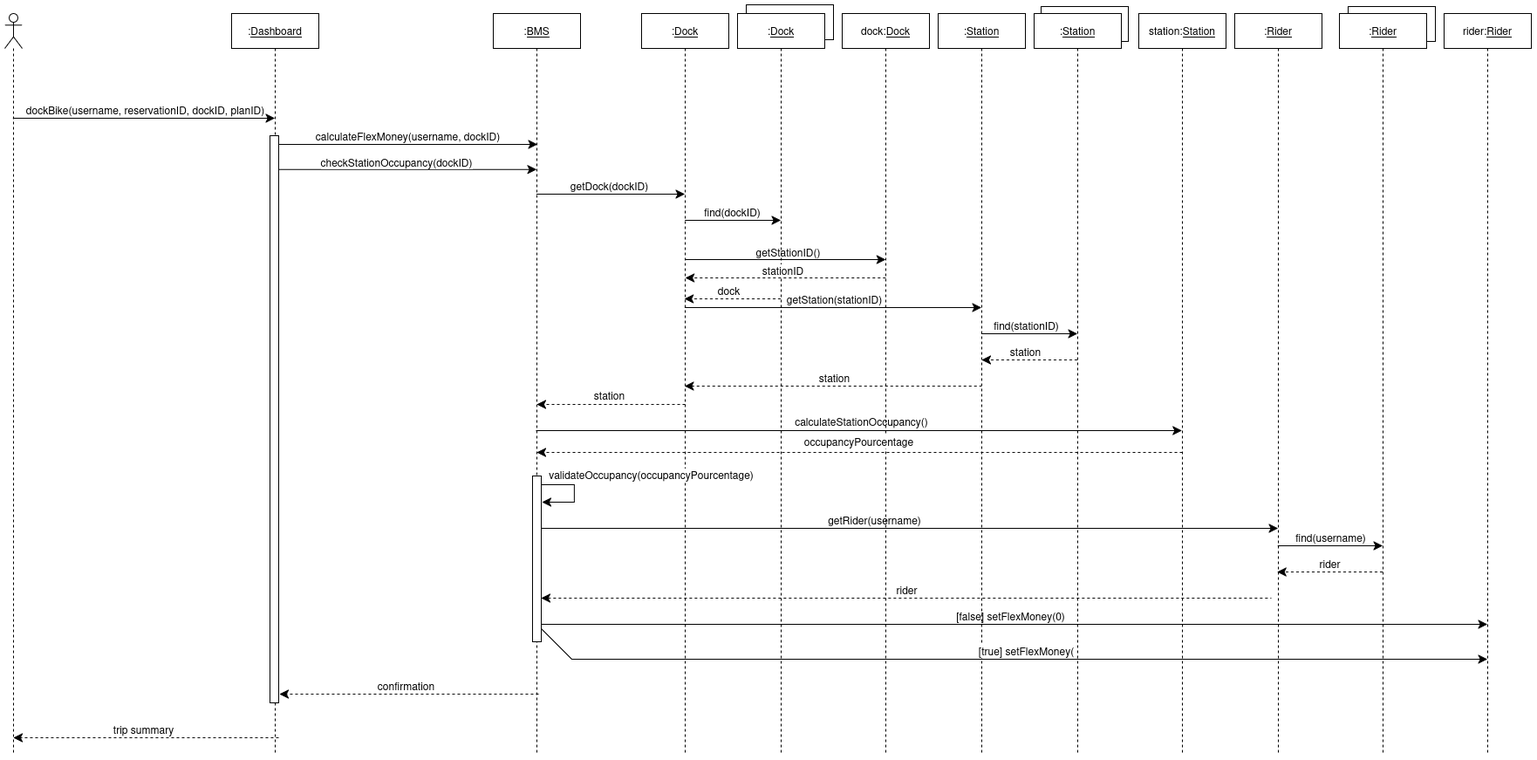
Before: docs/Phase_4/Balancing-Price_Sequence_Diagram.png, a diagram exported from draw.io (HugoMoslener/SOEN343). Source tidied: cells renumbered, new cells last; positions are measured from the earlier drawing's top-left corner, leaving out a move shared by most shapes. The source it was exported from:
```xml
<mxGraphModel>
  <root>
    <mxCell id="0" />
    <mxCell id="1" parent="0" />
    <mxCell id="2" value="Object" style="html=1;whiteSpace=wrap;" parent="1" vertex="1">
      <mxGeometry x="1540" y="2" width="100" height="40" as="geometry" />
    </mxCell>
    <mxCell id="3" value="Object" style="html=1;whiteSpace=wrap;" parent="1" vertex="1">
      <mxGeometry x="1188" y="2" width="100" height="40" as="geometry" />
    </mxCell>
    <mxCell id="4" value="Object" style="html=1;whiteSpace=wrap;" parent="1" vertex="1">
      <mxGeometry x="850" width="100" height="40" as="geometry" />
    </mxCell>
    <mxCell id="5" style="edgeStyle=none;curved=0;rounded=0;jettySize=auto;html=1;fontSize=12;startSize=8;endSize=8;" parent="1" edge="1" target="10">
      <mxGeometry relative="1" as="geometry">
        <mxPoint x="9.3" y="130" as="sourcePoint" />
      </mxGeometry>
    </mxCell>
    <mxCell id="6" value="dockBike(username, reservationID, dockID, planID)" style="edgeLabel;html=1;align=center;verticalAlign=middle;fontSize=12;" parent="5" vertex="1">
      <mxGeometry x="-0.07" y="-2" relative="1" as="geometry">
        <mxPoint x="11" y="-12" as="offset" />
      </mxGeometry>
    </mxCell>
    <mxCell id="7" style="shape=umlLifeline;perimeter=lifelinePerimeter;whiteSpace=wrap;html=1;newEdgeStyle={&quot;curved&quot;:0,&quot;rounded&quot;:0};participant=umlActor;" parent="1" vertex="1">
      <mxGeometry y="10" width="20" height="850" as="geometry" />
    </mxCell>
    <mxCell id="8" style="edgeStyle=none;curved=0;rounded=0;orthogonalLoop=1;jettySize=auto;html=1;fontSize=12;startSize=8;endSize=8;dashed=1;" parent="1" edge="1">
      <mxGeometry relative="1" as="geometry">
        <mxPoint x="314" y="840" as="sourcePoint" />
        <mxPoint x="10" y="840" as="targetPoint" />
      </mxGeometry>
    </mxCell>
    <mxCell id="9" value="trip summary" style="edgeLabel;html=1;align=center;verticalAlign=middle;fontSize=12;" parent="8" vertex="1">
      <mxGeometry x="0.02" relative="1" as="geometry">
        <mxPoint y="-10" as="offset" />
      </mxGeometry>
    </mxCell>
    <mxCell id="10" value=":&lt;u&gt;Dashboard&lt;/u&gt;" style="shape=umlLifeline;perimeter=lifelinePerimeter;whiteSpace=wrap;html=1;outlineConnect=0;portConstraint=eastwest;newEdgeStyle={&quot;curved&quot;:0,&quot;rounded&quot;:0};" parent="1" vertex="1">
      <mxGeometry x="260" y="10" width="100" height="850" as="geometry" />
    </mxCell>
    <mxCell id="11" style="edgeStyle=none;curved=0;rounded=0;jettySize=auto;html=1;fontSize=12;startSize=8;endSize=8;" parent="1" edge="1" target="25">
      <mxGeometry relative="1" as="geometry">
        <mxPoint x="304" y="188.8" as="sourcePoint" />
      </mxGeometry>
    </mxCell>
    <mxCell id="12" value="checkStationOccupancy(dockID)" style="edgeLabel;html=1;align=center;verticalAlign=middle;fontSize=12;" parent="11" vertex="1">
      <mxGeometry x="-0.05" y="-2" relative="1" as="geometry">
        <mxPoint y="-11" as="offset" />
      </mxGeometry>
    </mxCell>
    <mxCell id="13" style="edgeStyle=none;curved=0;rounded=0;orthogonalLoop=1;jettySize=auto;html=1;fontSize=12;startSize=8;endSize=8;" parent="1" edge="1">
      <mxGeometry relative="1" as="geometry">
        <mxPoint x="609.5" y="217" as="sourcePoint" />
        <mxPoint x="779.5" y="217" as="targetPoint" />
      </mxGeometry>
    </mxCell>
    <mxCell id="14" value="getDock(dockID)" style="edgeLabel;html=1;align=center;verticalAlign=middle;fontSize=12;" parent="13" vertex="1">
      <mxGeometry x="-0.02" y="1" relative="1" as="geometry">
        <mxPoint y="-9" as="offset" />
      </mxGeometry>
    </mxCell>
    <mxCell id="15" style="edgeStyle=none;curved=0;rounded=0;orthogonalLoop=1;jettySize=auto;html=1;fontSize=12;startSize=8;endSize=8;" parent="1" edge="1">
      <mxGeometry relative="1" as="geometry">
        <mxPoint x="609" y="488" as="sourcePoint" />
        <mxPoint x="1349.2" y="488" as="targetPoint" />
      </mxGeometry>
    </mxCell>
    <mxCell id="16" value="calculateStationOccupancy()" style="edgeLabel;html=1;align=center;verticalAlign=middle;fontSize=12;" parent="15" vertex="1">
      <mxGeometry y="-1" relative="1" as="geometry">
        <mxPoint y="-12" as="offset" />
      </mxGeometry>
    </mxCell>
    <mxCell id="17" style="edgeStyle=none;curved=0;rounded=0;jettySize=auto;html=1;fontSize=12;startSize=8;endSize=8;" parent="1" edge="1" source="25" target="57">
      <mxGeometry relative="1" as="geometry">
        <Array as="points">
          <mxPoint x="1380" y="600" />
        </Array>
      </mxGeometry>
    </mxCell>
    <mxCell id="18" value="getRider(username)" style="edgeLabel;html=1;align=center;verticalAlign=middle;fontSize=12;" parent="17" vertex="1">
      <mxGeometry x="-0.09" y="-3" relative="1" as="geometry">
        <mxPoint y="-13" as="offset" />
      </mxGeometry>
    </mxCell>
    <mxCell id="19" style="edgeStyle=none;curved=0;rounded=0;orthogonalLoop=1;jettySize=auto;html=1;fontSize=12;startSize=8;endSize=8;startArrow=classic;startFill=1;endArrow=none;endFill=0;dashed=1;" parent="1" edge="1">
      <mxGeometry relative="1" as="geometry">
        <mxPoint x="615" y="680" as="sourcePoint" />
        <mxPoint x="1452" y="680" as="targetPoint" />
      </mxGeometry>
    </mxCell>
    <mxCell id="20" value="rider" style="edgeLabel;html=1;align=center;verticalAlign=middle;fontSize=12;" parent="19" vertex="1">
      <mxGeometry relative="1" as="geometry">
        <mxPoint y="-10" as="offset" />
      </mxGeometry>
    </mxCell>
    <mxCell id="21" style="edgeStyle=none;curved=0;rounded=0;orthogonalLoop=1;jettySize=auto;html=1;fontSize=12;startSize=8;endSize=8;" parent="1" edge="1">
      <mxGeometry relative="1" as="geometry">
        <mxPoint x="609.2" y="710" as="sourcePoint" />
        <mxPoint x="1699.5" y="710" as="targetPoint" />
      </mxGeometry>
    </mxCell>
    <mxCell id="22" value="[false] setFlexMoney(0)" style="edgeLabel;html=1;align=center;verticalAlign=middle;fontSize=12;" parent="21" vertex="1">
      <mxGeometry x="-0.01" y="-2" relative="1" as="geometry">
        <mxPoint y="-12" as="offset" />
      </mxGeometry>
    </mxCell>
    <mxCell id="23" style="edgeStyle=none;curved=0;rounded=0;orthogonalLoop=1;jettySize=auto;html=1;fontSize=12;startSize=8;endSize=8;dashed=1;" parent="1" edge="1">
      <mxGeometry relative="1" as="geometry">
        <mxPoint x="612" y="790" as="sourcePoint" />
        <mxPoint x="315" y="790" as="targetPoint" />
      </mxGeometry>
    </mxCell>
    <mxCell id="24" value="confirmation" style="edgeLabel;html=1;align=center;verticalAlign=middle;fontSize=12;" parent="23" vertex="1">
      <mxGeometry x="0.03" y="-1" relative="1" as="geometry">
        <mxPoint y="-9" as="offset" />
      </mxGeometry>
    </mxCell>
    <mxCell id="25" value=":&lt;u&gt;BMS&lt;/u&gt;" style="shape=umlLifeline;perimeter=lifelinePerimeter;whiteSpace=wrap;html=1;outlineConnect=0;portConstraint=eastwest;newEdgeStyle={&quot;curved&quot;:0,&quot;rounded&quot;:0};" parent="1" vertex="1">
      <mxGeometry x="560" y="10" width="100" height="850" as="geometry" />
    </mxCell>
    <mxCell id="26" style="edgeStyle=none;curved=0;rounded=0;orthogonalLoop=1;jettySize=auto;html=1;fontSize=12;startSize=8;endSize=8;" parent="1" edge="1">
      <mxGeometry relative="1" as="geometry">
        <mxPoint x="310" y="160" as="sourcePoint" />
        <mxPoint x="610.7" y="160" as="targetPoint" />
      </mxGeometry>
    </mxCell>
    <mxCell id="27" value="calculateFlexMoney(username, dockID)" style="edgeLabel;html=1;align=center;verticalAlign=middle;fontSize=12;" parent="26" vertex="1">
      <mxGeometry x="-0.07" y="-2" relative="1" as="geometry">
        <mxPoint x="11" y="-12" as="offset" />
      </mxGeometry>
    </mxCell>
    <mxCell id="28" style="edgeStyle=none;curved=0;rounded=0;orthogonalLoop=1;jettySize=auto;html=1;fontSize=12;startSize=8;endSize=8;" parent="1" edge="1">
      <mxGeometry relative="1" as="geometry">
        <mxPoint x="779.7" y="247" as="sourcePoint" />
        <mxPoint x="889.5" y="247" as="targetPoint" />
      </mxGeometry>
    </mxCell>
    <mxCell id="29" value="find(dockID)" style="edgeLabel;html=1;align=center;verticalAlign=middle;fontSize=12;" parent="28" vertex="1">
      <mxGeometry x="-0.01" y="-1" relative="1" as="geometry">
        <mxPoint y="-11" as="offset" />
      </mxGeometry>
    </mxCell>
    <mxCell id="30" style="edgeStyle=none;curved=0;rounded=0;orthogonalLoop=1;jettySize=auto;html=1;fontSize=12;startSize=8;endSize=8;" parent="1" edge="1">
      <mxGeometry relative="1" as="geometry">
        <mxPoint x="780.2" y="292" as="sourcePoint" />
        <mxPoint x="1009.8" y="292" as="targetPoint" />
      </mxGeometry>
    </mxCell>
    <mxCell id="31" value="getStationID()" style="edgeLabel;html=1;align=center;verticalAlign=middle;fontSize=12;" parent="30" vertex="1">
      <mxGeometry x="0.02" relative="1" as="geometry">
        <mxPoint y="-9" as="offset" />
      </mxGeometry>
    </mxCell>
    <mxCell id="32" style="edgeStyle=none;curved=0;rounded=0;orthogonalLoop=1;jettySize=auto;html=1;fontSize=12;startSize=8;endSize=8;" parent="1" edge="1">
      <mxGeometry relative="1" as="geometry">
        <mxPoint x="779.4" y="347" as="sourcePoint" />
        <mxPoint x="1119.5" y="347" as="targetPoint" />
      </mxGeometry>
    </mxCell>
    <mxCell id="33" value="getStation(stationID)" style="edgeLabel;html=1;align=center;verticalAlign=middle;fontSize=12;" parent="32" vertex="1">
      <mxGeometry x="-0.01" y="-1" relative="1" as="geometry">
        <mxPoint x="3" y="-11" as="offset" />
      </mxGeometry>
    </mxCell>
    <mxCell id="34" style="edgeStyle=none;curved=0;rounded=0;orthogonalLoop=1;jettySize=auto;html=1;fontSize=12;startSize=8;endSize=8;startArrow=classic;startFill=1;endArrow=none;endFill=0;dashed=1;" parent="1" edge="1">
      <mxGeometry relative="1" as="geometry">
        <mxPoint x="779.4" y="437" as="sourcePoint" />
        <mxPoint x="1119.5" y="437" as="targetPoint" />
      </mxGeometry>
    </mxCell>
    <mxCell id="35" value="station" style="edgeLabel;html=1;align=center;verticalAlign=middle;fontSize=12;" parent="34" vertex="1">
      <mxGeometry x="0.01" relative="1" as="geometry">
        <mxPoint x="-1" y="-10" as="offset" />
      </mxGeometry>
    </mxCell>
    <mxCell id="36" style="edgeStyle=none;curved=0;rounded=0;orthogonalLoop=1;jettySize=auto;html=1;fontSize=12;startSize=8;endSize=8;dashed=1;" parent="1" edge="1">
      <mxGeometry relative="1" as="geometry">
        <mxPoint x="780.1" y="458" as="sourcePoint" />
        <mxPoint x="610" y="458" as="targetPoint" />
      </mxGeometry>
    </mxCell>
    <mxCell id="37" value="station" style="edgeLabel;html=1;align=center;verticalAlign=middle;fontSize=12;" parent="36" vertex="1">
      <mxGeometry x="0.03" y="1" relative="1" as="geometry">
        <mxPoint y="-12" as="offset" />
      </mxGeometry>
    </mxCell>
    <mxCell id="38" value=":&lt;u&gt;Dock&lt;/u&gt;" style="shape=umlLifeline;perimeter=lifelinePerimeter;whiteSpace=wrap;html=1;newEdgeStyle={&quot;curved&quot;:0,&quot;rounded&quot;:0};" parent="1" vertex="1">
      <mxGeometry x="730" y="10" width="100" height="850" as="geometry" />
    </mxCell>
    <mxCell id="39" style="edgeStyle=none;curved=0;rounded=0;orthogonalLoop=1;jettySize=auto;html=1;fontSize=12;startSize=8;endSize=8;dashed=1;" parent="1" edge="1">
      <mxGeometry relative="1" as="geometry">
        <mxPoint x="889.5" y="337" as="sourcePoint" />
        <mxPoint x="779.2" y="337" as="targetPoint" />
      </mxGeometry>
    </mxCell>
    <mxCell id="40" value="dock" style="edgeLabel;html=1;align=center;verticalAlign=middle;fontSize=12;" parent="39" vertex="1">
      <mxGeometry x="0.05" y="1" relative="1" as="geometry">
        <mxPoint x="-2" y="-11" as="offset" />
      </mxGeometry>
    </mxCell>
    <mxCell id="41" value=":&lt;u&gt;Dock&lt;/u&gt;" style="shape=umlLifeline;perimeter=lifelinePerimeter;whiteSpace=wrap;html=1;newEdgeStyle={&quot;curved&quot;:0,&quot;rounded&quot;:0};" parent="1" vertex="1">
      <mxGeometry x="840" y="10" width="100" height="850" as="geometry" />
    </mxCell>
    <mxCell id="42" style="rounded=0;whiteSpace=wrap;html=1;" parent="1" vertex="1">
      <mxGeometry x="304" y="150" width="10" height="650" as="geometry" />
    </mxCell>
    <mxCell id="43" style="edgeStyle=none;curved=0;rounded=0;orthogonalLoop=1;jettySize=auto;html=1;fontSize=12;startSize=8;endSize=8;dashed=1;" parent="1" edge="1">
      <mxGeometry relative="1" as="geometry">
        <mxPoint x="1009.8" y="313" as="sourcePoint" />
        <mxPoint x="780.2" y="313" as="targetPoint" />
      </mxGeometry>
    </mxCell>
    <mxCell id="44" value="stationID" style="edgeLabel;html=1;align=center;verticalAlign=middle;fontSize=12;" parent="43" vertex="1">
      <mxGeometry x="0.03" y="1" relative="1" as="geometry">
        <mxPoint y="-10" as="offset" />
      </mxGeometry>
    </mxCell>
    <mxCell id="45" value="dock:&lt;u&gt;Dock&lt;/u&gt;" style="shape=umlLifeline;perimeter=lifelinePerimeter;whiteSpace=wrap;html=1;newEdgeStyle={&quot;curved&quot;:0,&quot;rounded&quot;:0};" parent="1" vertex="1">
      <mxGeometry x="960" y="10" width="100" height="850" as="geometry" />
    </mxCell>
    <mxCell id="46" value=":&lt;u&gt;Station&lt;/u&gt;" style="shape=umlLifeline;perimeter=lifelinePerimeter;whiteSpace=wrap;html=1;newEdgeStyle={&quot;curved&quot;:0,&quot;rounded&quot;:0};" parent="1" vertex="1">
      <mxGeometry x="1070" y="10" width="100" height="850" as="geometry" />
    </mxCell>
    <mxCell id="47" style="edgeStyle=none;curved=0;rounded=0;orthogonalLoop=1;jettySize=auto;html=1;fontSize=12;startSize=8;endSize=8;startArrow=classic;startFill=1;endArrow=none;endFill=0;" parent="1" edge="1">
      <mxGeometry relative="1" as="geometry">
        <mxPoint x="1229.5" y="377" as="sourcePoint" />
        <mxPoint x="1119.4" y="377" as="targetPoint" />
      </mxGeometry>
    </mxCell>
    <mxCell id="48" value="find(stationID)" style="edgeLabel;html=1;align=center;verticalAlign=middle;fontSize=12;" parent="47" vertex="1">
      <mxGeometry x="0.01" y="1" relative="1" as="geometry">
        <mxPoint x="-4" y="-11" as="offset" />
      </mxGeometry>
    </mxCell>
    <mxCell id="49" style="edgeStyle=none;curved=0;rounded=0;orthogonalLoop=1;jettySize=auto;html=1;fontSize=12;startSize=8;endSize=8;dashed=1;" parent="1" edge="1">
      <mxGeometry relative="1" as="geometry">
        <mxPoint x="1229.5" y="407" as="sourcePoint" />
        <mxPoint x="1120" y="407" as="targetPoint" />
      </mxGeometry>
    </mxCell>
    <mxCell id="50" value="station" style="edgeLabel;html=1;align=center;verticalAlign=middle;fontSize=12;" parent="49" vertex="1">
      <mxGeometry x="0.03" relative="1" as="geometry">
        <mxPoint x="-3" y="-10" as="offset" />
      </mxGeometry>
    </mxCell>
    <mxCell id="51" value=":&lt;u&gt;Station&lt;/u&gt;" style="shape=umlLifeline;perimeter=lifelinePerimeter;whiteSpace=wrap;html=1;newEdgeStyle={&quot;curved&quot;:0,&quot;rounded&quot;:0};" parent="1" vertex="1">
      <mxGeometry x="1180" y="10" width="100" height="850" as="geometry" />
    </mxCell>
    <mxCell id="52" value="station:&lt;u&gt;Station&lt;/u&gt;" style="shape=umlLifeline;perimeter=lifelinePerimeter;whiteSpace=wrap;html=1;newEdgeStyle={&quot;curved&quot;:0,&quot;rounded&quot;:0};" parent="1" vertex="1">
      <mxGeometry x="1300" y="10" width="100" height="850" as="geometry" />
    </mxCell>
    <mxCell id="53" style="edgeStyle=none;curved=0;rounded=0;orthogonalLoop=1;jettySize=auto;html=1;fontSize=12;startSize=8;endSize=8;dashed=1;" parent="1" edge="1">
      <mxGeometry relative="1" as="geometry">
        <mxPoint x="1350.1" y="513" as="sourcePoint" />
        <mxPoint x="610" y="513" as="targetPoint" />
      </mxGeometry>
    </mxCell>
    <mxCell id="54" value="occupancyPourcentage" style="edgeLabel;html=1;align=center;verticalAlign=middle;fontSize=12;" parent="53" vertex="1">
      <mxGeometry y="-1" relative="1" as="geometry">
        <mxPoint y="-12" as="offset" />
      </mxGeometry>
    </mxCell>
    <mxCell id="55" style="edgeStyle=none;curved=0;rounded=0;orthogonalLoop=1;jettySize=auto;html=1;fontSize=12;startSize=8;endSize=8;" parent="1" edge="1">
      <mxGeometry relative="1" as="geometry">
        <mxPoint x="610" y="550" as="sourcePoint" />
        <mxPoint x="616" y="570" as="targetPoint" />
        <Array as="points">
          <mxPoint x="652.9" y="550" />
          <mxPoint x="652.9" y="570" />
          <mxPoint x="632.9" y="570" />
        </Array>
      </mxGeometry>
    </mxCell>
    <mxCell id="56" value="validateOccupancy(occupancyPourcentage)" style="edgeLabel;html=1;align=center;verticalAlign=middle;fontSize=12;" parent="55" vertex="1">
      <mxGeometry x="0.01" y="2" relative="1" as="geometry">
        <mxPoint x="85" y="-20" as="offset" />
      </mxGeometry>
    </mxCell>
    <mxCell id="57" value=":&lt;u&gt;Rider&lt;/u&gt;" style="shape=umlLifeline;perimeter=lifelinePerimeter;whiteSpace=wrap;html=1;outlineConnect=0;portConstraint=eastwest;newEdgeStyle={&quot;curved&quot;:0,&quot;rounded&quot;:0};" parent="1" vertex="1">
      <mxGeometry x="1410" y="10" width="100" height="850" as="geometry" />
    </mxCell>
    <mxCell id="58" style="edgeStyle=none;curved=0;rounded=0;orthogonalLoop=1;jettySize=auto;html=1;fontSize=12;startSize=8;endSize=8;startArrow=classic;startFill=1;endArrow=none;endFill=0;" parent="1" edge="1">
      <mxGeometry relative="1" as="geometry">
        <mxPoint x="1579.5" y="620" as="sourcePoint" />
        <mxPoint x="1459.2" y="620" as="targetPoint" />
      </mxGeometry>
    </mxCell>
    <mxCell id="59" value="find(username)" style="edgeLabel;html=1;align=center;verticalAlign=middle;fontSize=12;" parent="58" vertex="1">
      <mxGeometry x="0.01" relative="1" as="geometry">
        <mxPoint y="-10" as="offset" />
      </mxGeometry>
    </mxCell>
    <mxCell id="60" style="edgeStyle=none;curved=0;rounded=0;orthogonalLoop=1;jettySize=auto;html=1;fontSize=12;startSize=8;endSize=8;dashed=1;" parent="1" edge="1">
      <mxGeometry relative="1" as="geometry">
        <mxPoint x="1579.5" y="650" as="sourcePoint" />
        <mxPoint x="1458.7" y="650" as="targetPoint" />
      </mxGeometry>
    </mxCell>
    <mxCell id="61" value="rider" style="edgeLabel;html=1;align=center;verticalAlign=middle;fontSize=12;" parent="60" vertex="1">
      <mxGeometry x="0.01" y="1" relative="1" as="geometry">
        <mxPoint y="-11" as="offset" />
      </mxGeometry>
    </mxCell>
    <mxCell id="62" value=":&lt;u&gt;Rider&lt;/u&gt;" style="shape=umlLifeline;perimeter=lifelinePerimeter;whiteSpace=wrap;html=1;newEdgeStyle={&quot;curved&quot;:0,&quot;rounded&quot;:0};" parent="1" vertex="1">
      <mxGeometry x="1530" y="10" width="100" height="850" as="geometry" />
    </mxCell>
    <mxCell id="63" value="rider:&lt;u&gt;Rider&lt;/u&gt;" style="shape=umlLifeline;perimeter=lifelinePerimeter;whiteSpace=wrap;html=1;outlineConnect=0;portConstraint=eastwest;newEdgeStyle={&quot;curved&quot;:0,&quot;rounded&quot;:0};" parent="1" vertex="1">
      <mxGeometry x="1650" y="10" width="100" height="850" as="geometry" />
    </mxCell>
    <mxCell id="64" style="edgeStyle=none;curved=0;rounded=0;jettySize=auto;html=1;fontSize=12;startSize=8;endSize=8;" parent="1" edge="1" target="63">
      <mxGeometry relative="1" as="geometry">
        <mxPoint x="610" y="710" as="sourcePoint" />
        <Array as="points">
          <mxPoint x="650" y="750" />
        </Array>
      </mxGeometry>
    </mxCell>
    <mxCell id="65" value="[true] setFlexMoney(" style="edgeLabel;html=1;align=center;verticalAlign=middle;fontSize=12;" parent="64" vertex="1">
      <mxGeometry x="0.05" y="1" relative="1" as="geometry">
        <mxPoint x="-3" y="-9" as="offset" />
      </mxGeometry>
    </mxCell>
    <mxCell id="66" style="rounded=0;whiteSpace=wrap;html=1;" parent="1" vertex="1">
      <mxGeometry x="605" y="540" width="10" height="190" as="geometry" />
    </mxCell>
  </root>
</mxGraphModel>
```
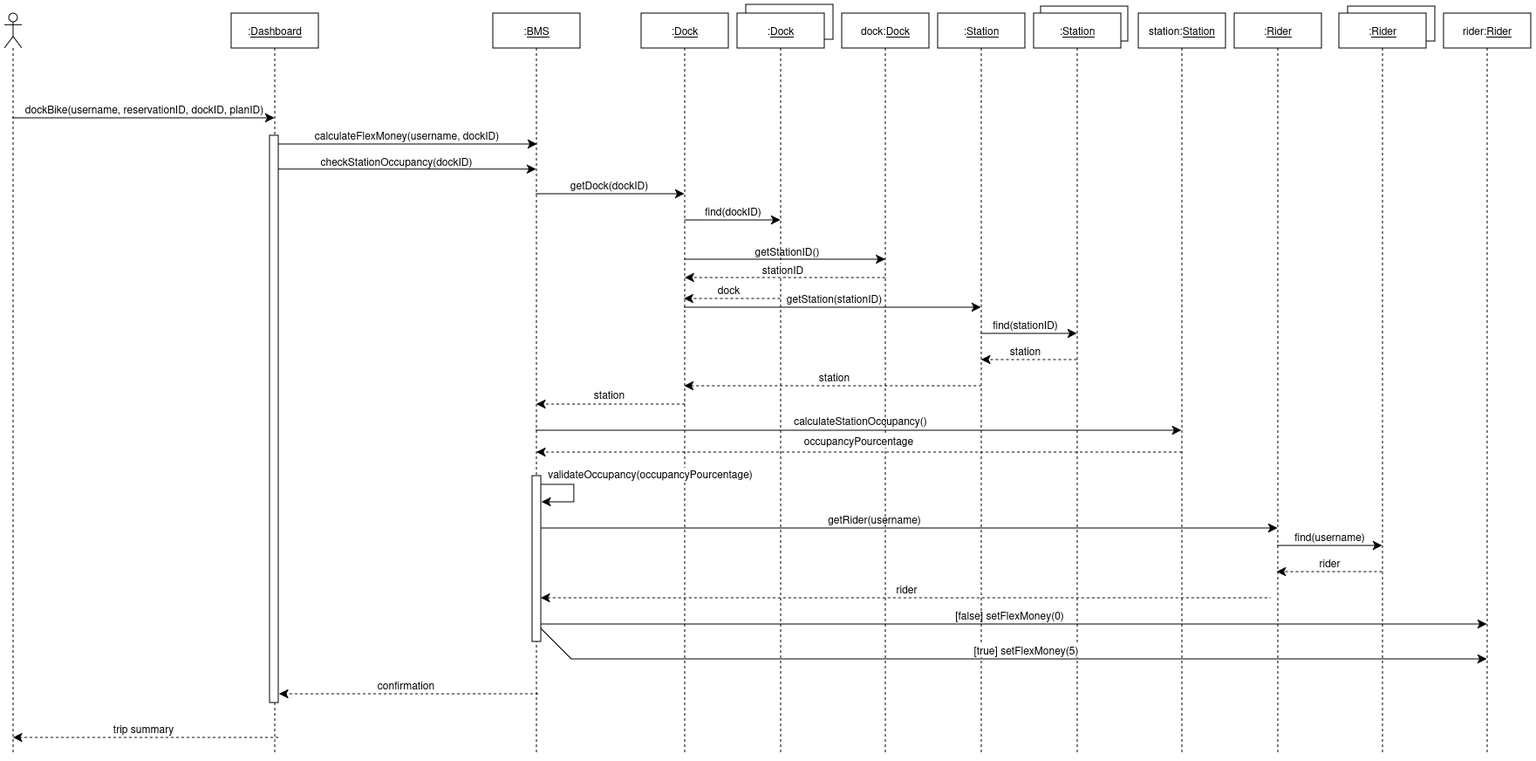
Later version of the same file.

Commit message:
Add sequence diagrams for Balancing-Price and Switching-Views

Diff of the diagram source:
```diff
@@ -315,7 +315,7 @@
         </Array>
       </mxGeometry>
     </mxCell>
-    <mxCell id="65" value="[true] setFlexMoney(" style="edgeLabel;html=1;align=center;verticalAlign=middle;fontSize=12;" parent="64" vertex="1">
+    <mxCell id="65" value="[true] setFlexMoney(5)" style="edgeLabel;html=1;align=center;verticalAlign=middle;fontSize=12;" parent="64" vertex="1">
       <mxGeometry x="0.05" y="1" relative="1" as="geometry">
         <mxPoint x="-3" y="-9" as="offset" />
       </mxGeometry>
```
